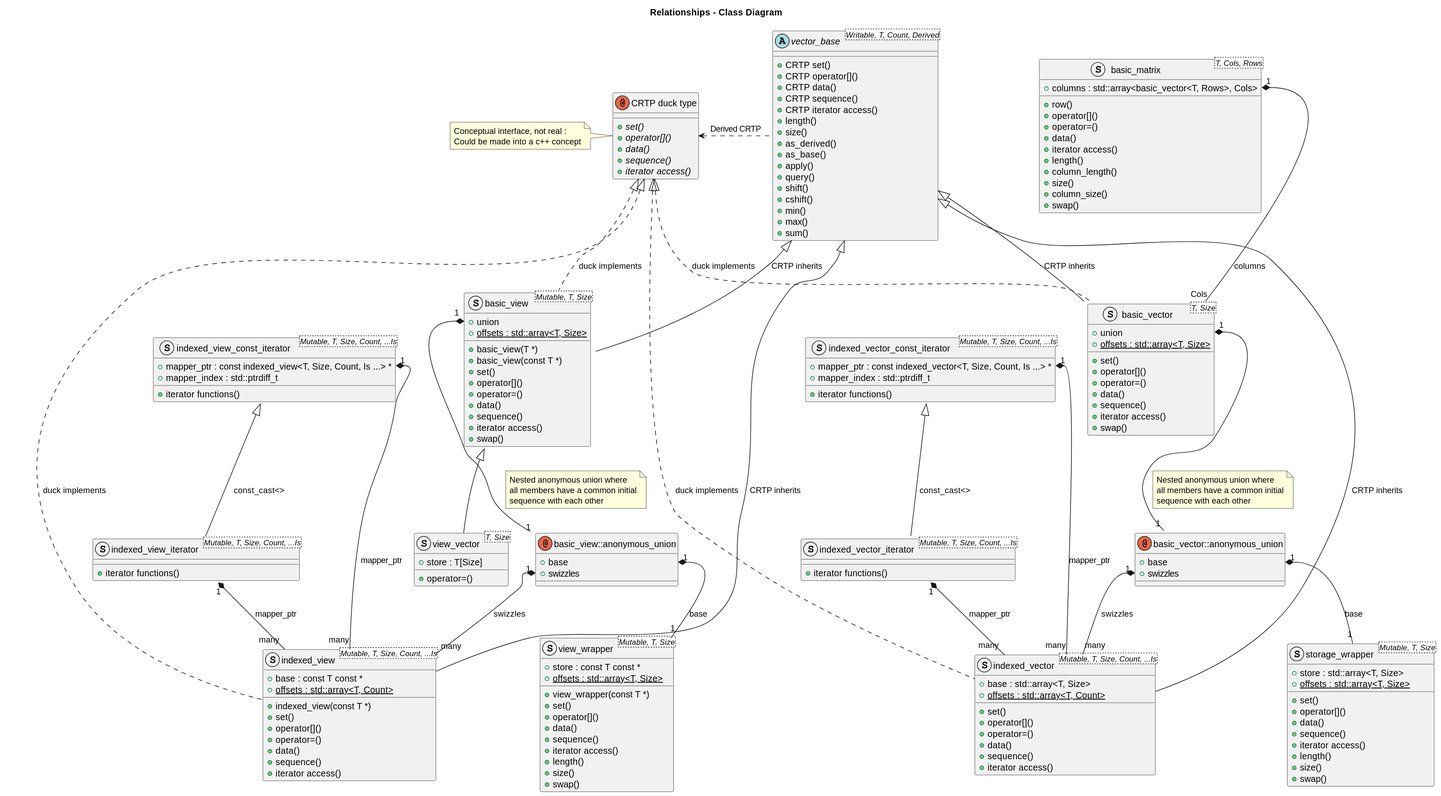
Earlier version of the PlantUML export docs/dsga.svg (davidbrowne/dsga).
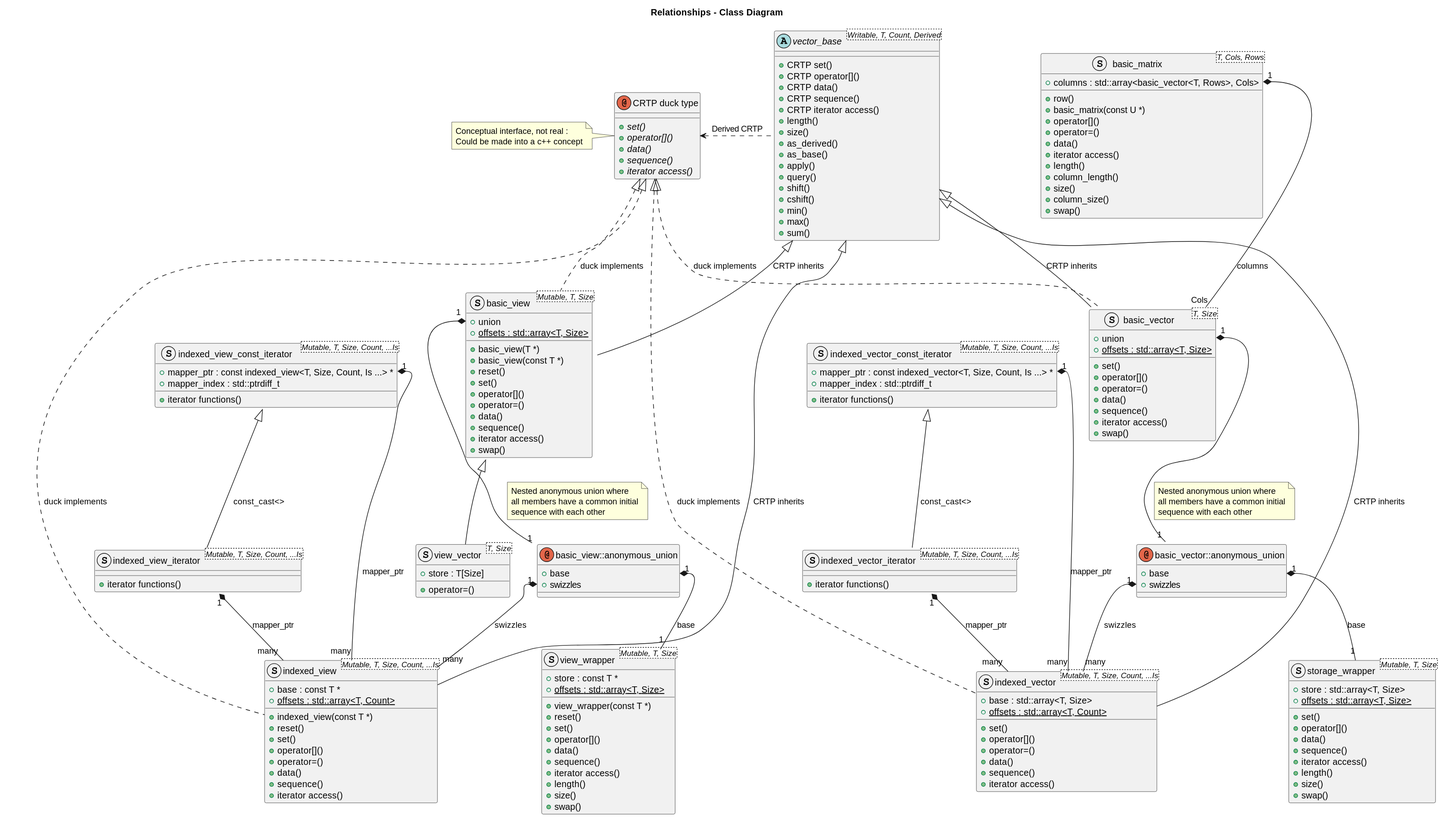
The same diagram one commit later.

The edit, as a diff of the source:
```diff
@@ -69,6 +69,7 @@
 		+ {static} offsets : std::array<T, Size>
 		+ basic_view(T *)
 		+ basic_view(const T *)
+		+ reset()
 		+ set()
 		+ operator[]()
 		+ operator=()
@@ -102,9 +103,10 @@
 	}
 	struct view_wrapper<Mutable, T, Size>
 	{
-		+ store : const T const *
+		+ store : const T *
 		+ {static} offsets : std::array<T, Size>
 		+ view_wrapper(const T *)
+		+ reset()
 		+ set()
 		+ operator[]()
 		+ data()
@@ -132,9 +134,10 @@
 	}
 	struct indexed_view<Mutable, T, Size, Count, ...Is>
 	{
-		+ base : const T const *
+		+ base : const T *
 		+ {static} offsets : std::array<T, Count>
 		+ indexed_view(const T *)
+		+ reset()
 		+ set()
 		+ operator[]()
 		+ operator=()
@@ -146,6 +149,7 @@
 	{
 		+ columns : std::array<basic_vector<T, Rows>, Cols>
 		+ row()
+		+ basic_matrix(const U *)
 		+ operator[]()
 		+ operator=()
 		+ data()
```
